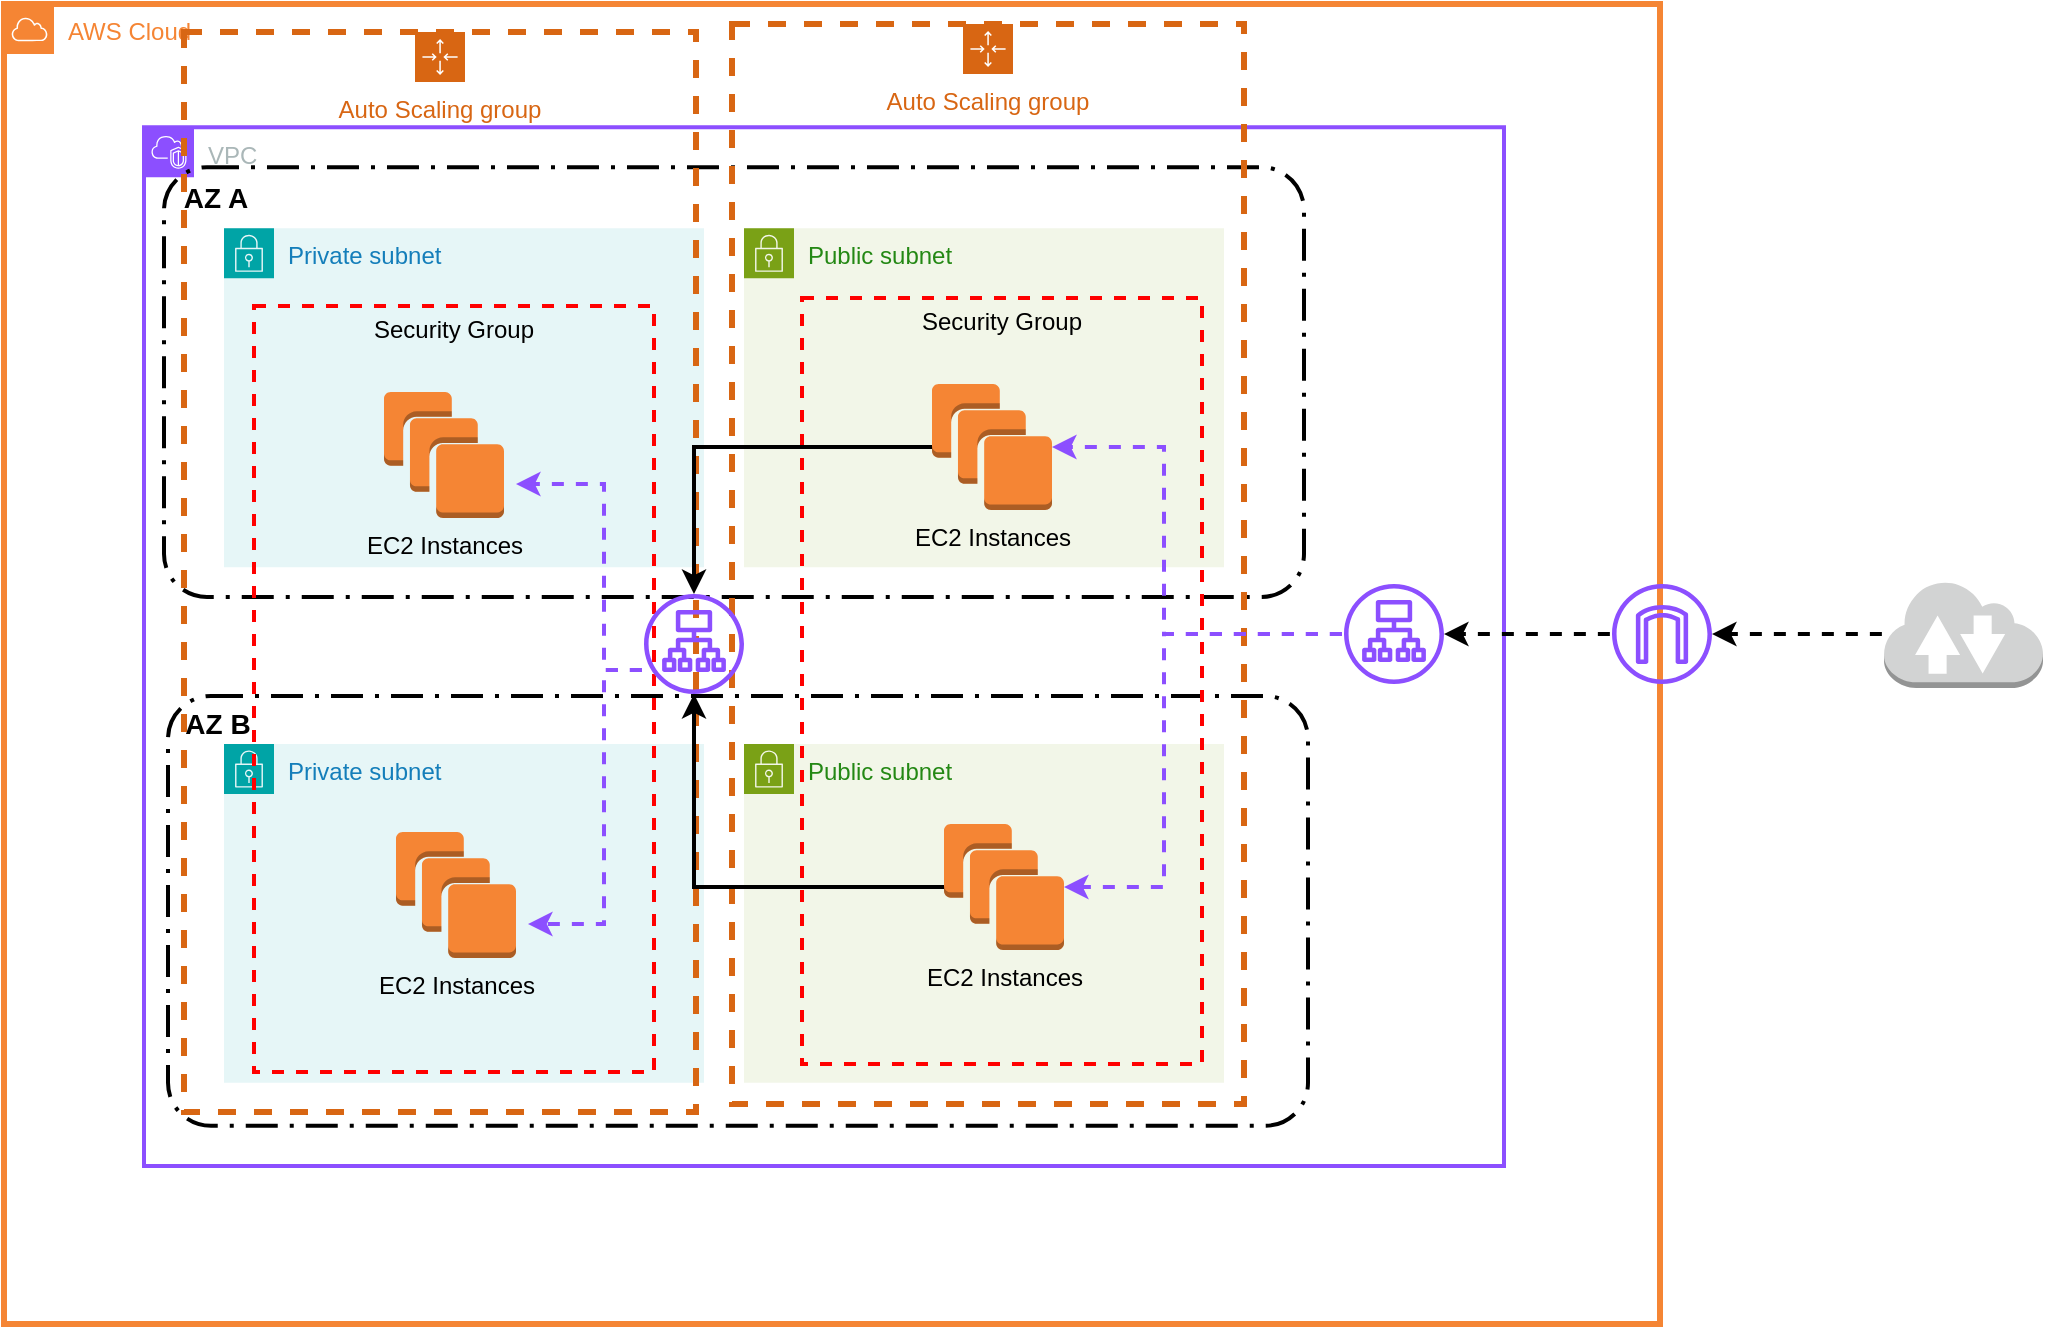
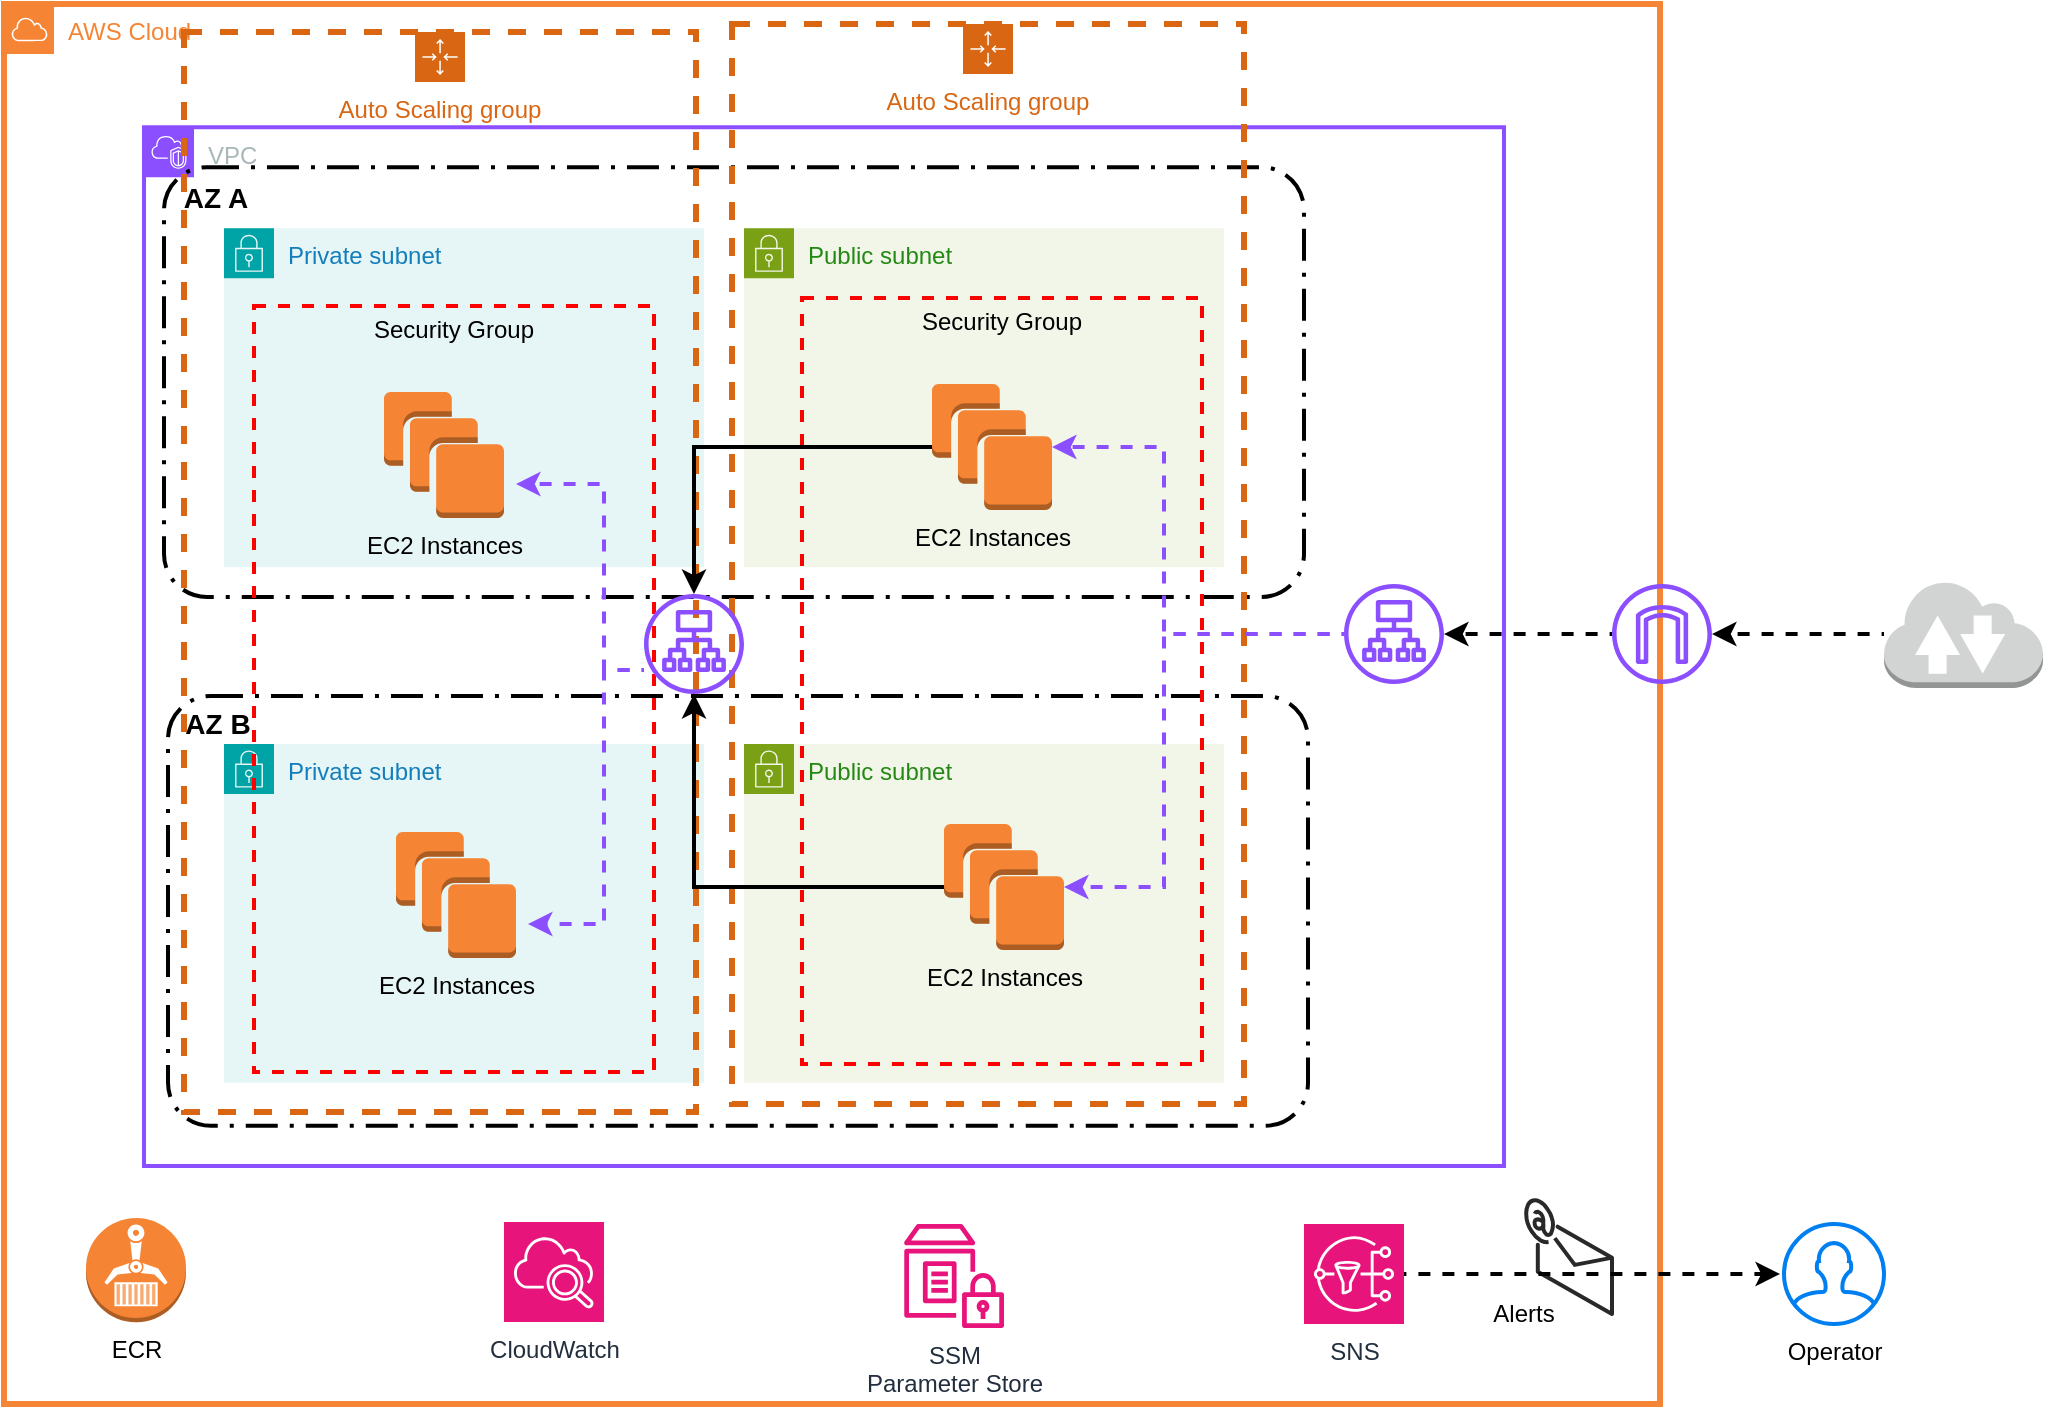
<mxfile host="Electron" pages="2">
  <diagram name="base.infra" id="Wlg3GRKtD0a5Hm-VBESS">
-     <mxGraphModel dx="1437" dy="1070" grid="1" gridSize="10" guides="1" tooltips="1" connect="1" arrows="1" fold="1" page="1" pageScale="1" pageWidth="827" pageHeight="1169" math="0" shadow="0">
+     <mxGraphModel dx="1006" dy="749" grid="1" gridSize="10" guides="1" tooltips="1" connect="1" arrows="1" fold="1" page="1" pageScale="1" pageWidth="827" pageHeight="1169" math="0" shadow="0">
      <root>
        <mxCell id="0" />
        <mxCell id="1" parent="0" />
        <mxCell id="nsOT9R_EV_EPsh7IC3CZ-16" parent="1" style="points=[[0,0],[0.25,0],[0.5,0],[0.75,0],[1,0],[1,0.25],[1,0.5],[1,0.75],[1,1],[0.75,1],[0.5,1],[0.25,1],[0,1],[0,0.75],[0,0.5],[0,0.25]];outlineConnect=0;gradientColor=none;html=1;whiteSpace=wrap;fontSize=12;fontStyle=0;container=1;pointerEvents=0;collapsible=0;recursiveResize=0;shape=mxgraph.aws4.group;grIcon=mxgraph.aws4.group_security_group;grStroke=0;strokeColor=#7AA116;fillColor=#F2F6E8;verticalAlign=top;align=left;spacingLeft=30;fontColor=#248814;dashed=0;dropTarget=1;" value="Public subnet" vertex="1">
          <mxGeometry height="169.43" width="240" x="420" y="550" as="geometry" />
        </mxCell>
        <mxCell id="nsOT9R_EV_EPsh7IC3CZ-23" parent="1" style="rounded=1;arcSize=10;dashed=1;fillColor=none;gradientColor=none;dashPattern=8 3 1 3;strokeWidth=2;" value="" vertex="1">
          <mxGeometry height="214.93" width="570" x="132" y="526" as="geometry" />
        </mxCell>
        <mxCell id="nsOT9R_EV_EPsh7IC3CZ-1" parent="1" style="sketch=0;outlineConnect=0;gradientColor=none;html=1;whiteSpace=wrap;fontSize=12;fontStyle=0;shape=mxgraph.aws4.group;grIcon=mxgraph.aws4.group_aws_cloud;strokeColor=#F58534;fillColor=none;verticalAlign=top;align=left;spacingLeft=30;fontColor=#F58534;dashed=0;strokeWidth=3;container=1;dropTarget=1;collapsible=0;recursiveResize=0;" value="AWS Cloud" vertex="1">
-           <mxGeometry height="660" width="828" x="50" y="180" as="geometry" />
+           <mxGeometry height="700" width="828" x="50" y="180" as="geometry" />
        </mxCell>
        <mxCell id="nsOT9R_EV_EPsh7IC3CZ-3" parent="nsOT9R_EV_EPsh7IC3CZ-1" style="points=[[0,0],[0.25,0],[0.5,0],[0.75,0],[1,0],[1,0.25],[1,0.5],[1,0.75],[1,1],[0.75,1],[0.5,1],[0.25,1],[0,1],[0,0.75],[0,0.5],[0,0.25]];outlineConnect=0;gradientColor=none;html=1;whiteSpace=wrap;fontSize=12;fontStyle=0;container=1;pointerEvents=0;collapsible=0;recursiveResize=0;shape=mxgraph.aws4.group;grIcon=mxgraph.aws4.group_vpc2;strokeColor=#8C4FFF;fillColor=none;verticalAlign=top;align=left;spacingLeft=30;fontColor=#AAB7B8;dashed=0;strokeWidth=2;dropTarget=1;expand=0;" value="VPC" vertex="1">
          <mxGeometry height="519.43" width="680" x="70" y="61.57" as="geometry" />
        </mxCell>
        <mxCell id="nsOT9R_EV_EPsh7IC3CZ-4" parent="nsOT9R_EV_EPsh7IC3CZ-3" style="points=[[0,0],[0.25,0],[0.5,0],[0.75,0],[1,0],[1,0.25],[1,0.5],[1,0.75],[1,1],[0.75,1],[0.5,1],[0.25,1],[0,1],[0,0.75],[0,0.5],[0,0.25]];outlineConnect=0;gradientColor=none;html=1;whiteSpace=wrap;fontSize=12;fontStyle=0;container=1;pointerEvents=0;collapsible=0;recursiveResize=0;shape=mxgraph.aws4.group;grIcon=mxgraph.aws4.group_security_group;grStroke=0;strokeColor=#00A4A6;fillColor=#E6F6F7;verticalAlign=top;align=left;spacingLeft=30;fontColor=#147EBA;dashed=0;dropTarget=1;" value="Private subnet" vertex="1">
          <mxGeometry height="169.43" width="240" x="40" y="50.57" as="geometry" />
        </mxCell>
        <mxCell id="nsOT9R_EV_EPsh7IC3CZ-5" parent="nsOT9R_EV_EPsh7IC3CZ-3" style="points=[[0,0],[0.25,0],[0.5,0],[0.75,0],[1,0],[1,0.25],[1,0.5],[1,0.75],[1,1],[0.75,1],[0.5,1],[0.25,1],[0,1],[0,0.75],[0,0.5],[0,0.25]];outlineConnect=0;gradientColor=none;html=1;whiteSpace=wrap;fontSize=12;fontStyle=0;container=1;pointerEvents=0;collapsible=0;recursiveResize=0;shape=mxgraph.aws4.group;grIcon=mxgraph.aws4.group_security_group;grStroke=0;strokeColor=#7AA116;fillColor=#F2F6E8;verticalAlign=top;align=left;spacingLeft=30;fontColor=#248814;dashed=0;dropTarget=1;" value="Public subnet" vertex="1">
          <mxGeometry height="169.43" width="240" x="300" y="50.57" as="geometry" />
        </mxCell>
        <mxCell id="nsOT9R_EV_EPsh7IC3CZ-18" parent="nsOT9R_EV_EPsh7IC3CZ-3" style="points=[[0,0],[0.25,0],[0.5,0],[0.75,0],[1,0],[1,0.25],[1,0.5],[1,0.75],[1,1],[0.75,1],[0.5,1],[0.25,1],[0,1],[0,0.75],[0,0.5],[0,0.25]];outlineConnect=0;gradientColor=none;html=1;whiteSpace=wrap;fontSize=12;fontStyle=0;container=1;pointerEvents=0;collapsible=0;recursiveResize=0;shape=mxgraph.aws4.group;grIcon=mxgraph.aws4.group_security_group;grStroke=0;strokeColor=#00A4A6;fillColor=#E6F6F7;verticalAlign=top;align=left;spacingLeft=30;fontColor=#147EBA;dashed=0;dropTarget=1;" value="Private subnet" vertex="1">
          <mxGeometry height="169.43" width="240" x="40" y="308.42857142857144" as="geometry" />
        </mxCell>
        <mxCell id="nsOT9R_EV_EPsh7IC3CZ-20" parent="nsOT9R_EV_EPsh7IC3CZ-3" style="rounded=1;arcSize=10;dashed=1;fillColor=none;gradientColor=none;dashPattern=8 3 1 3;strokeWidth=2;" value="" vertex="1">
          <mxGeometry height="214.93" width="570" x="10" y="20" as="geometry" />
        </mxCell>
        <mxCell id="nsOT9R_EV_EPsh7IC3CZ-21" parent="nsOT9R_EV_EPsh7IC3CZ-3" style="text;html=1;whiteSpace=wrap;strokeColor=none;fillColor=none;align=center;verticalAlign=middle;rounded=0;fontStyle=1;fontSize=14;" value="AZ A" vertex="1">
          <mxGeometry height="30" width="60" x="6" y="20" as="geometry" />
        </mxCell>
        <mxCell id="nsOT9R_EV_EPsh7IC3CZ-22" parent="nsOT9R_EV_EPsh7IC3CZ-1" style="text;html=1;whiteSpace=wrap;strokeColor=none;fillColor=none;align=center;verticalAlign=middle;rounded=0;fontStyle=1;fontSize=14;" value="AZ B" vertex="1">
          <mxGeometry height="30" width="60" x="77" y="345" as="geometry" />
        </mxCell>
        <mxCell id="nsOT9R_EV_EPsh7IC3CZ-24" parent="nsOT9R_EV_EPsh7IC3CZ-1" style="points=[[0,0],[0.25,0],[0.5,0],[0.75,0],[1,0],[1,0.25],[1,0.5],[1,0.75],[1,1],[0.75,1],[0.5,1],[0.25,1],[0,1],[0,0.75],[0,0.5],[0,0.25]];outlineConnect=0;gradientColor=none;html=1;whiteSpace=wrap;fontSize=12;fontStyle=0;container=1;pointerEvents=0;collapsible=0;recursiveResize=0;shape=mxgraph.aws4.groupCenter;grIcon=mxgraph.aws4.group_auto_scaling_group;grStroke=1;strokeColor=#D86613;fillColor=none;verticalAlign=top;align=center;fontColor=#D86613;dashed=1;spacingTop=25;strokeWidth=3;" value="Auto Scaling group" vertex="1">
          <mxGeometry height="540" width="256" x="364" y="10" as="geometry" />
        </mxCell>
        <mxCell id="nsOT9R_EV_EPsh7IC3CZ-25" parent="nsOT9R_EV_EPsh7IC3CZ-24" style="fontStyle=0;verticalAlign=top;align=center;spacingTop=-2;fillColor=none;rounded=0;whiteSpace=wrap;html=1;strokeColor=#FF0000;strokeWidth=2;dashed=1;container=1;collapsible=0;expand=0;recursiveResize=0;" value="Security Group" vertex="1">
          <mxGeometry height="383" width="200" x="35" y="137" as="geometry" />
        </mxCell>
        <mxCell id="nsOT9R_EV_EPsh7IC3CZ-26" parent="nsOT9R_EV_EPsh7IC3CZ-25" style="outlineConnect=0;dashed=0;verticalLabelPosition=bottom;verticalAlign=top;align=center;html=1;shape=mxgraph.aws3.instances;fillColor=#F58534;gradientColor=none;" value="EC2 Instances" vertex="1">
          <mxGeometry height="63" width="60" x="65" y="43" as="geometry" />
        </mxCell>
        <mxCell id="nsOT9R_EV_EPsh7IC3CZ-27" parent="nsOT9R_EV_EPsh7IC3CZ-25" style="outlineConnect=0;dashed=0;verticalLabelPosition=bottom;verticalAlign=top;align=center;html=1;shape=mxgraph.aws3.instances;fillColor=#F58534;gradientColor=none;" value="EC2 Instances" vertex="1">
          <mxGeometry height="63" width="60" x="71" y="263" as="geometry" />
        </mxCell>
        <mxCell id="nsOT9R_EV_EPsh7IC3CZ-28" parent="nsOT9R_EV_EPsh7IC3CZ-1" style="sketch=0;outlineConnect=0;fontColor=#232F3E;gradientColor=none;fillColor=#8C4FFF;strokeColor=none;dashed=0;verticalLabelPosition=bottom;verticalAlign=top;align=center;html=1;fontSize=12;fontStyle=0;aspect=fixed;pointerEvents=1;shape=mxgraph.aws4.application_load_balancer;" value="" vertex="1">
          <mxGeometry height="50" width="50" x="670" y="290" as="geometry" />
        </mxCell>
        <mxCell id="nsOT9R_EV_EPsh7IC3CZ-29" edge="1" parent="nsOT9R_EV_EPsh7IC3CZ-1" source="nsOT9R_EV_EPsh7IC3CZ-28" style="edgeStyle=orthogonalEdgeStyle;rounded=0;orthogonalLoop=1;jettySize=auto;html=1;entryX=1;entryY=0.5;entryDx=0;entryDy=0;entryPerimeter=0;strokeWidth=2;strokeColor=#8C4FFF;dashed=1;flowAnimation=1;" target="nsOT9R_EV_EPsh7IC3CZ-26">
          <mxGeometry relative="1" as="geometry">
            <Array as="points">
              <mxPoint x="580" y="315" />
              <mxPoint x="580" y="222" />
            </Array>
          </mxGeometry>
        </mxCell>
        <mxCell id="nsOT9R_EV_EPsh7IC3CZ-30" edge="1" parent="nsOT9R_EV_EPsh7IC3CZ-1" source="nsOT9R_EV_EPsh7IC3CZ-28" style="edgeStyle=orthogonalEdgeStyle;rounded=0;orthogonalLoop=1;jettySize=auto;html=1;entryX=1;entryY=0.5;entryDx=0;entryDy=0;entryPerimeter=0;strokeWidth=2;strokeColor=#8C4FFF;dashed=1;flowAnimation=1;" target="nsOT9R_EV_EPsh7IC3CZ-27">
          <mxGeometry relative="1" as="geometry">
            <Array as="points">
              <mxPoint x="580" y="315" />
              <mxPoint x="580" y="442" />
            </Array>
          </mxGeometry>
        </mxCell>
        <mxCell id="nsOT9R_EV_EPsh7IC3CZ-33" edge="1" parent="nsOT9R_EV_EPsh7IC3CZ-1" source="nsOT9R_EV_EPsh7IC3CZ-31" style="edgeStyle=orthogonalEdgeStyle;rounded=0;orthogonalLoop=1;jettySize=auto;html=1;strokeWidth=2;dashed=1;flowAnimation=1;" target="nsOT9R_EV_EPsh7IC3CZ-28">
          <mxGeometry relative="1" as="geometry" />
        </mxCell>
        <mxCell id="nsOT9R_EV_EPsh7IC3CZ-31" parent="nsOT9R_EV_EPsh7IC3CZ-1" style="sketch=0;outlineConnect=0;fontColor=#232F3E;gradientColor=none;fillColor=#8C4FFF;strokeColor=none;dashed=0;verticalLabelPosition=bottom;verticalAlign=top;align=center;html=1;fontSize=12;fontStyle=0;aspect=fixed;pointerEvents=1;shape=mxgraph.aws4.internet_gateway;" value="" vertex="1">
          <mxGeometry height="50" width="50" x="804" y="290" as="geometry" />
        </mxCell>
        <mxCell id="r-5KPK1cjB6c5gKl7f75-2" parent="nsOT9R_EV_EPsh7IC3CZ-1" style="points=[[0,0],[0.25,0],[0.5,0],[0.75,0],[1,0],[1,0.25],[1,0.5],[1,0.75],[1,1],[0.75,1],[0.5,1],[0.25,1],[0,1],[0,0.75],[0,0.5],[0,0.25]];outlineConnect=0;gradientColor=none;html=1;whiteSpace=wrap;fontSize=12;fontStyle=0;container=1;pointerEvents=0;collapsible=0;recursiveResize=0;shape=mxgraph.aws4.groupCenter;grIcon=mxgraph.aws4.group_auto_scaling_group;grStroke=1;strokeColor=#D86613;fillColor=none;verticalAlign=top;align=center;fontColor=#D86613;dashed=1;spacingTop=25;strokeWidth=3;" value="Auto Scaling group" vertex="1">
          <mxGeometry height="540" width="256" x="90" y="14" as="geometry" />
        </mxCell>
        <mxCell id="r-5KPK1cjB6c5gKl7f75-3" parent="r-5KPK1cjB6c5gKl7f75-2" style="fontStyle=0;verticalAlign=top;align=center;spacingTop=-2;fillColor=none;rounded=0;whiteSpace=wrap;html=1;strokeColor=#FF0000;strokeWidth=2;dashed=1;container=1;collapsible=0;expand=0;recursiveResize=0;" value="Security Group" vertex="1">
          <mxGeometry height="383" width="200" x="35" y="137" as="geometry" />
        </mxCell>
        <mxCell id="r-5KPK1cjB6c5gKl7f75-4" parent="r-5KPK1cjB6c5gKl7f75-3" style="outlineConnect=0;dashed=0;verticalLabelPosition=bottom;verticalAlign=top;align=center;html=1;shape=mxgraph.aws3.instances;fillColor=#F58534;gradientColor=none;" value="EC2 Instances" vertex="1">
          <mxGeometry height="63" width="60" x="65" y="43" as="geometry" />
        </mxCell>
        <mxCell id="r-5KPK1cjB6c5gKl7f75-5" parent="r-5KPK1cjB6c5gKl7f75-3" style="outlineConnect=0;dashed=0;verticalLabelPosition=bottom;verticalAlign=top;align=center;html=1;shape=mxgraph.aws3.instances;fillColor=#F58534;gradientColor=none;" value="EC2 Instances" vertex="1">
          <mxGeometry height="63" width="60" x="71" y="263" as="geometry" />
        </mxCell>
        <mxCell id="r-5KPK1cjB6c5gKl7f75-7" edge="1" parent="r-5KPK1cjB6c5gKl7f75-3" source="r-5KPK1cjB6c5gKl7f75-6" style="edgeStyle=orthogonalEdgeStyle;rounded=0;orthogonalLoop=1;jettySize=auto;html=1;entryX=1;entryY=0.5;entryDx=0;entryDy=0;entryPerimeter=0;strokeWidth=2;strokeColor=#8C4FFF;dashed=1;flowAnimation=1;">
          <mxGeometry relative="1" as="geometry">
            <Array as="points">
              <mxPoint x="175" y="182" />
              <mxPoint x="175" y="89" />
            </Array>
            <mxPoint x="277" y="182" as="sourcePoint" />
            <mxPoint x="131" y="89" as="targetPoint" />
          </mxGeometry>
        </mxCell>
        <mxCell id="r-5KPK1cjB6c5gKl7f75-8" edge="1" parent="r-5KPK1cjB6c5gKl7f75-3" source="r-5KPK1cjB6c5gKl7f75-6" style="edgeStyle=orthogonalEdgeStyle;rounded=0;orthogonalLoop=1;jettySize=auto;html=1;entryX=1;entryY=0.5;entryDx=0;entryDy=0;entryPerimeter=0;strokeWidth=2;strokeColor=#8C4FFF;dashed=1;flowAnimation=1;">
          <mxGeometry relative="1" as="geometry">
            <Array as="points">
              <mxPoint x="175" y="182" />
              <mxPoint x="175" y="309" />
            </Array>
            <mxPoint x="277" y="182" as="sourcePoint" />
            <mxPoint x="137" y="309" as="targetPoint" />
          </mxGeometry>
        </mxCell>
        <mxCell id="r-5KPK1cjB6c5gKl7f75-6" parent="nsOT9R_EV_EPsh7IC3CZ-1" style="sketch=0;outlineConnect=0;fontColor=#232F3E;gradientColor=none;fillColor=#8C4FFF;strokeColor=none;dashed=0;verticalLabelPosition=bottom;verticalAlign=top;align=center;html=1;fontSize=12;fontStyle=0;aspect=fixed;pointerEvents=1;shape=mxgraph.aws4.application_load_balancer;" value="" vertex="1">
          <mxGeometry height="50" width="50" x="320" y="295" as="geometry" />
        </mxCell>
        <mxCell id="r-5KPK1cjB6c5gKl7f75-9" edge="1" parent="nsOT9R_EV_EPsh7IC3CZ-1" source="nsOT9R_EV_EPsh7IC3CZ-26" style="edgeStyle=orthogonalEdgeStyle;rounded=0;orthogonalLoop=1;jettySize=auto;html=1;strokeWidth=2;" target="r-5KPK1cjB6c5gKl7f75-6">
          <mxGeometry relative="1" as="geometry" />
        </mxCell>
        <mxCell id="r-5KPK1cjB6c5gKl7f75-10" edge="1" parent="nsOT9R_EV_EPsh7IC3CZ-1" source="nsOT9R_EV_EPsh7IC3CZ-27" style="edgeStyle=orthogonalEdgeStyle;rounded=0;orthogonalLoop=1;jettySize=auto;html=1;strokeWidth=2;" target="r-5KPK1cjB6c5gKl7f75-6">
          <mxGeometry relative="1" as="geometry" />
        </mxCell>
+         <mxCell id="frvfOK20ST5srTL0oEHg-1" parent="nsOT9R_EV_EPsh7IC3CZ-1" style="outlineConnect=0;dashed=0;verticalLabelPosition=bottom;verticalAlign=top;align=center;html=1;shape=mxgraph.aws3.ecr;fillColor=#F58534;gradientColor=none;aspect=fixed;" value="ECR" vertex="1">
+           <mxGeometry height="52.17" width="50" x="41" y="607" as="geometry" />
+         </mxCell>
+         <mxCell id="frvfOK20ST5srTL0oEHg-2" parent="nsOT9R_EV_EPsh7IC3CZ-1" style="sketch=0;points=[[0,0,0],[0.25,0,0],[0.5,0,0],[0.75,0,0],[1,0,0],[0,1,0],[0.25,1,0],[0.5,1,0],[0.75,1,0],[1,1,0],[0,0.25,0],[0,0.5,0],[0,0.75,0],[1,0.25,0],[1,0.5,0],[1,0.75,0]];points=[[0,0,0],[0.25,0,0],[0.5,0,0],[0.75,0,0],[1,0,0],[0,1,0],[0.25,1,0],[0.5,1,0],[0.75,1,0],[1,1,0],[0,0.25,0],[0,0.5,0],[0,0.75,0],[1,0.25,0],[1,0.5,0],[1,0.75,0]];outlineConnect=0;fontColor=#232F3E;fillColor=#E7157B;strokeColor=#ffffff;dashed=0;verticalLabelPosition=bottom;verticalAlign=top;align=center;html=1;fontSize=12;fontStyle=0;aspect=fixed;shape=mxgraph.aws4.resourceIcon;resIcon=mxgraph.aws4.cloudwatch_2;" value="CloudWatch" vertex="1">
+           <mxGeometry height="50" width="50" x="250" y="609" as="geometry" />
+         </mxCell>
+         <mxCell id="frvfOK20ST5srTL0oEHg-3" parent="nsOT9R_EV_EPsh7IC3CZ-1" style="sketch=0;outlineConnect=0;fontColor=#232F3E;gradientColor=none;fillColor=#E7157B;strokeColor=none;dashed=0;verticalLabelPosition=bottom;verticalAlign=top;align=center;html=1;fontSize=12;fontStyle=0;aspect=fixed;pointerEvents=1;shape=mxgraph.aws4.parameter_store;" value="SSM&lt;div&gt;Parameter Store&lt;/div&gt;" vertex="1">
+           <mxGeometry height="52" width="50" x="450" y="610" as="geometry" />
+         </mxCell>
+         <mxCell id="frvfOK20ST5srTL0oEHg-4" parent="nsOT9R_EV_EPsh7IC3CZ-1" style="sketch=0;points=[[0,0,0],[0.25,0,0],[0.5,0,0],[0.75,0,0],[1,0,0],[0,1,0],[0.25,1,0],[0.5,1,0],[0.75,1,0],[1,1,0],[0,0.25,0],[0,0.5,0],[0,0.75,0],[1,0.25,0],[1,0.5,0],[1,0.75,0]];outlineConnect=0;fontColor=#232F3E;fillColor=#E7157B;strokeColor=#ffffff;dashed=0;verticalLabelPosition=bottom;verticalAlign=top;align=center;html=1;fontSize=12;fontStyle=0;aspect=fixed;shape=mxgraph.aws4.resourceIcon;resIcon=mxgraph.aws4.sns;" value="SNS" vertex="1">
+           <mxGeometry height="50" width="50" x="650" y="610" as="geometry" />
+         </mxCell>
+         <mxCell id="frvfOK20ST5srTL0oEHg-7" parent="nsOT9R_EV_EPsh7IC3CZ-1" style="verticalLabelPosition=bottom;html=1;verticalAlign=top;strokeWidth=1;align=center;outlineConnect=0;dashed=0;outlineConnect=0;shape=mxgraph.aws3d.email;aspect=fixed;strokeColor=#292929;" value="" vertex="1">
+           <mxGeometry height="56.99999999999999" width="43" x="761" y="598" as="geometry" />
+         </mxCell>
+         <mxCell id="frvfOK20ST5srTL0oEHg-8" parent="nsOT9R_EV_EPsh7IC3CZ-1" style="text;html=1;whiteSpace=wrap;strokeColor=none;fillColor=none;align=center;verticalAlign=middle;rounded=0;" value="Alerts" vertex="1">
+           <mxGeometry height="30" width="60" x="730" y="640" as="geometry" />
+         </mxCell>
        <mxCell id="nsOT9R_EV_EPsh7IC3CZ-35" edge="1" parent="1" source="nsOT9R_EV_EPsh7IC3CZ-34" style="edgeStyle=orthogonalEdgeStyle;rounded=0;orthogonalLoop=1;jettySize=auto;html=1;strokeWidth=2;dashed=1;flowAnimation=1;" target="nsOT9R_EV_EPsh7IC3CZ-31">
          <mxGeometry relative="1" as="geometry" />
        </mxCell>
        <mxCell id="nsOT9R_EV_EPsh7IC3CZ-34" parent="1" style="outlineConnect=0;dashed=0;verticalLabelPosition=bottom;verticalAlign=top;align=center;html=1;shape=mxgraph.aws3.internet_2;fillColor=#D2D3D3;gradientColor=none;" value="" vertex="1">
          <mxGeometry height="54" width="79.5" x="990" y="468" as="geometry" />
+         </mxCell>
+         <mxCell id="frvfOK20ST5srTL0oEHg-5" parent="1" style="html=1;verticalLabelPosition=bottom;align=center;labelBackgroundColor=#ffffff;verticalAlign=top;strokeWidth=2;strokeColor=#0080F0;shadow=0;dashed=0;shape=mxgraph.ios7.icons.user;aspect=fixed;" value="Operator" vertex="1">
+           <mxGeometry height="50" width="50" x="940" y="790" as="geometry" />
+         </mxCell>
+         <mxCell id="frvfOK20ST5srTL0oEHg-6" edge="1" parent="1" source="frvfOK20ST5srTL0oEHg-4" style="edgeStyle=orthogonalEdgeStyle;rounded=0;orthogonalLoop=1;jettySize=auto;html=1;entryX=-0.04;entryY=0.5;entryDx=0;entryDy=0;entryPerimeter=0;strokeWidth=2;dashed=1;flowAnimation=1;" target="frvfOK20ST5srTL0oEHg-5">
+           <mxGeometry relative="1" as="geometry" />
        </mxCell>
      </root>
    </mxGraphModel>
  </diagram>
  <diagram id="eBVx31AWAEsT7nuV6IbC" name="cicd.docker">
    <mxGraphModel dx="1118" dy="832" grid="1" gridSize="10" guides="1" tooltips="1" connect="1" arrows="1" fold="1" page="1" pageScale="1" pageWidth="827" pageHeight="1169" math="0" shadow="0">
      <root>
        <mxCell id="0" />
        <mxCell id="1" parent="0" />
        <mxCell id="3spYDltQkjSnrDjDbDkx-3" parent="1" style="sketch=0;outlineConnect=0;gradientColor=none;html=1;whiteSpace=wrap;fontSize=12;fontStyle=0;shape=mxgraph.aws4.group;grIcon=mxgraph.aws4.group_aws_cloud;strokeColor=#F58534;fillColor=none;verticalAlign=top;align=left;spacingLeft=30;fontColor=#F58534;dashed=0;strokeWidth=3;container=1;dropTarget=1;collapsible=0;recursiveResize=0;" value="AWS Cloud" vertex="1">
          <mxGeometry height="260" width="650" x="610" y="1090" as="geometry" />
        </mxCell>
        <mxCell id="MLImxJn-EwaZwAPiTnrv-2" parent="3spYDltQkjSnrDjDbDkx-3" style="rounded=0;whiteSpace=wrap;html=1;fillColor=none;dropTarget=1;container=1;collapsible=0;strokeWidth=2;" value="" vertex="1">
          <mxGeometry height="170" width="240" x="391" y="44" as="geometry" />
        </mxCell>
        <mxCell id="MLImxJn-EwaZwAPiTnrv-3" parent="MLImxJn-EwaZwAPiTnrv-2" style="sketch=0;points=[[0,0,0],[0.25,0,0],[0.5,0,0],[0.75,0,0],[1,0,0],[0,1,0],[0.25,1,0],[0.5,1,0],[0.75,1,0],[1,1,0],[0,0.25,0],[0,0.5,0],[0,0.75,0],[1,0.25,0],[1,0.5,0],[1,0.75,0]];outlineConnect=0;fontColor=#232F3E;fillColor=#ED7100;strokeColor=#ffffff;dashed=0;verticalLabelPosition=bottom;verticalAlign=top;align=center;html=1;fontSize=12;fontStyle=0;aspect=fixed;shape=mxgraph.aws4.resourceIcon;resIcon=mxgraph.aws4.ecr;" value="" vertex="1">
          <mxGeometry height="50" width="50" x="1.2" as="geometry" />
        </mxCell>
        <mxCell id="MLImxJn-EwaZwAPiTnrv-4" parent="MLImxJn-EwaZwAPiTnrv-2" style="text;html=1;whiteSpace=wrap;strokeColor=none;fillColor=none;align=center;verticalAlign=middle;rounded=0;" value="Elastic Container Registry" vertex="1">
          <mxGeometry height="30" width="180" x="57.599999999999994" y="-2" as="geometry" />
        </mxCell>
        <mxCell id="MLImxJn-EwaZwAPiTnrv-5" parent="MLImxJn-EwaZwAPiTnrv-2" style="rounded=0;whiteSpace=wrap;html=1;" value="UI Repo" vertex="1">
          <mxGeometry height="49" width="80" x="10" y="80" as="geometry" />
        </mxCell>
        <mxCell id="MLImxJn-EwaZwAPiTnrv-6" parent="MLImxJn-EwaZwAPiTnrv-2" style="rounded=0;whiteSpace=wrap;html=1;" value="Backend Repo" vertex="1">
          <mxGeometry height="49" width="80" x="150" y="80" as="geometry" />
        </mxCell>
        <mxCell id="MLImxJn-EwaZwAPiTnrv-25" edge="1" parent="3spYDltQkjSnrDjDbDkx-3" source="MLImxJn-EwaZwAPiTnrv-8" style="edgeStyle=orthogonalEdgeStyle;rounded=0;orthogonalLoop=1;jettySize=auto;html=1;" target="MLImxJn-EwaZwAPiTnrv-9">
          <mxGeometry relative="1" as="geometry" />
        </mxCell>
        <mxCell id="MLImxJn-EwaZwAPiTnrv-8" parent="3spYDltQkjSnrDjDbDkx-3" style="sketch=0;outlineConnect=0;fontColor=#232F3E;gradientColor=none;fillColor=#DD344C;strokeColor=none;dashed=0;verticalLabelPosition=bottom;verticalAlign=top;align=center;html=1;fontSize=12;fontStyle=0;aspect=fixed;pointerEvents=1;shape=mxgraph.aws4.sts_alternate;" value="" vertex="1">
          <mxGeometry height="62.9" width="50" x="230" y="44" as="geometry" />
        </mxCell>
        <mxCell id="MLImxJn-EwaZwAPiTnrv-9" parent="3spYDltQkjSnrDjDbDkx-3" style="sketch=0;outlineConnect=0;fontColor=#232F3E;gradientColor=none;fillColor=#DD344C;strokeColor=none;dashed=0;verticalLabelPosition=bottom;verticalAlign=top;align=center;html=1;fontSize=12;fontStyle=0;aspect=fixed;pointerEvents=1;shape=mxgraph.aws4.role;" value="IAM Role" vertex="1">
          <mxGeometry height="44" width="78" x="216" y="180" as="geometry" />
        </mxCell>
        <mxCell id="MLImxJn-EwaZwAPiTnrv-10" parent="3spYDltQkjSnrDjDbDkx-3" style="image;aspect=fixed;perimeter=ellipsePerimeter;html=1;align=center;shadow=0;dashed=0;fontColor=#4277BB;labelBackgroundColor=default;fontSize=12;spacingTop=3;image=img/lib/ibm/security/identity_provider.svg;" value="GitHub OIDC&lt;div&gt;Provider&lt;/div&gt;" vertex="1">
          <mxGeometry height="60" width="60" x="80" y="44" as="geometry" />
        </mxCell>
        <mxCell id="3spYDltQkjSnrDjDbDkx-20" parent="1" style="rounded=0;whiteSpace=wrap;html=1;fillColor=none;strokeWidth=3;container=1;dropTarget=1;collapsible=0;recursiveResize=1;" value="" vertex="1">
          <mxGeometry height="400" width="1020" x="240" y="620" as="geometry" />
        </mxCell>
        <mxCell id="3spYDltQkjSnrDjDbDkx-21" parent="3spYDltQkjSnrDjDbDkx-20" style="dashed=0;outlineConnect=0;html=1;align=center;labelPosition=center;verticalLabelPosition=bottom;verticalAlign=top;shape=mxgraph.weblogos.github;aspect=fixed;" value="" vertex="1">
          <mxGeometry height="70.83333333333334" width="70.83333333333334" as="geometry" />
        </mxCell>
        <mxCell id="MLImxJn-EwaZwAPiTnrv-1" parent="3spYDltQkjSnrDjDbDkx-20" style="rounded=0;whiteSpace=wrap;html=1;container=1;dropTarget=1;collapsible=0;fillColor=none;dashed=1;strokeWidth=2;" value="" vertex="1">
          <mxGeometry height="340" width="530" x="460" y="30" as="geometry" />
        </mxCell>
        <mxCell id="MLImxJn-EwaZwAPiTnrv-14" parent="MLImxJn-EwaZwAPiTnrv-1" style="text;html=1;whiteSpace=wrap;strokeColor=none;fillColor=none;align=center;verticalAlign=middle;rounded=0;fontSize=14;fontStyle=1" value="GitHub Workflow" vertex="1">
          <mxGeometry height="56.66666666666666" width="206.11111111111114" x="161.94444444444443" as="geometry" />
        </mxCell>
        <mxCell id="MLImxJn-EwaZwAPiTnrv-27" edge="1" parent="MLImxJn-EwaZwAPiTnrv-1" source="MLImxJn-EwaZwAPiTnrv-19" style="edgeStyle=orthogonalEdgeStyle;rounded=0;orthogonalLoop=1;jettySize=auto;html=1;curved=1;" target="MLImxJn-EwaZwAPiTnrv-20">
          <mxGeometry relative="1" as="geometry" />
        </mxCell>
        <mxCell id="MLImxJn-EwaZwAPiTnrv-19" parent="MLImxJn-EwaZwAPiTnrv-1" style="rounded=0;whiteSpace=wrap;html=1;" value="Docker Build &amp;amp; Push&lt;div&gt;Action&lt;/div&gt;" vertex="1">
          <mxGeometry height="54.77777777777777" width="155.1219512195122" x="11.28127140633114" y="110.00111111111107" as="geometry" />
        </mxCell>
        <mxCell id="MLImxJn-EwaZwAPiTnrv-32" edge="1" parent="MLImxJn-EwaZwAPiTnrv-1" source="MLImxJn-EwaZwAPiTnrv-20" style="edgeStyle=orthogonalEdgeStyle;rounded=0;orthogonalLoop=1;jettySize=auto;html=1;entryX=0;entryY=0.5;entryDx=0;entryDy=0;" target="MLImxJn-EwaZwAPiTnrv-22">
          <mxGeometry relative="1" as="geometry" />
        </mxCell>
        <mxCell id="MLImxJn-EwaZwAPiTnrv-20" parent="MLImxJn-EwaZwAPiTnrv-1" style="rounded=0;whiteSpace=wrap;html=1;" value="Request OIDC Token" vertex="1">
          <mxGeometry height="54.78" width="135.31914893617022" x="101.48936170212765" y="230" as="geometry" />
        </mxCell>
        <mxCell id="MLImxJn-EwaZwAPiTnrv-31" edge="1" parent="MLImxJn-EwaZwAPiTnrv-1" source="MLImxJn-EwaZwAPiTnrv-22" style="edgeStyle=orthogonalEdgeStyle;rounded=0;orthogonalLoop=1;jettySize=auto;html=1;entryX=0.5;entryY=1;entryDx=0;entryDy=0;curved=1;" target="MLImxJn-EwaZwAPiTnrv-29">
          <mxGeometry relative="1" as="geometry" />
        </mxCell>
        <mxCell id="MLImxJn-EwaZwAPiTnrv-22" parent="MLImxJn-EwaZwAPiTnrv-1" style="rounded=0;whiteSpace=wrap;html=1;" value="Assume IAM&lt;div&gt;Role&lt;/div&gt;" vertex="1">
          <mxGeometry height="54.78" width="135.31914893617022" x="282.06382978723406" y="230" as="geometry" />
        </mxCell>
        <mxCell id="MLImxJn-EwaZwAPiTnrv-33" edge="1" parent="MLImxJn-EwaZwAPiTnrv-1" source="MLImxJn-EwaZwAPiTnrv-29" style="edgeStyle=orthogonalEdgeStyle;rounded=0;orthogonalLoop=1;jettySize=auto;html=1;entryX=0;entryY=0.5;entryDx=0;entryDy=0;" target="MLImxJn-EwaZwAPiTnrv-30">
          <mxGeometry relative="1" as="geometry" />
        </mxCell>
        <mxCell id="MLImxJn-EwaZwAPiTnrv-29" parent="MLImxJn-EwaZwAPiTnrv-1" style="rounded=0;whiteSpace=wrap;html=1;" value="Docker&amp;nbsp;&lt;div&gt;Build&lt;/div&gt;" vertex="1">
          <mxGeometry height="44.78" width="89.96468085106383" x="270.00382978723405" y="110" as="geometry" />
        </mxCell>
        <mxCell id="MLImxJn-EwaZwAPiTnrv-30" parent="MLImxJn-EwaZwAPiTnrv-1" style="rounded=0;whiteSpace=wrap;html=1;" value="Push&lt;div&gt;To&lt;/div&gt;&lt;div&gt;ECR&lt;/div&gt;" vertex="1">
          <mxGeometry height="44.78" width="89.96468085106383" x="430.0040425531915" y="110.00000000000003" as="geometry" />
        </mxCell>
        <mxCell id="MLImxJn-EwaZwAPiTnrv-13" edge="1" parent="3spYDltQkjSnrDjDbDkx-20" source="MLImxJn-EwaZwAPiTnrv-11" style="edgeStyle=orthogonalEdgeStyle;rounded=0;orthogonalLoop=1;jettySize=auto;html=1;entryX=0;entryY=0.5;entryDx=0;entryDy=0;" target="MLImxJn-EwaZwAPiTnrv-12">
          <mxGeometry relative="1" as="geometry" />
        </mxCell>
        <mxCell id="MLImxJn-EwaZwAPiTnrv-11" parent="3spYDltQkjSnrDjDbDkx-20" style="html=1;shape=mxgraph.infographic.ribbonSimple;notch1=20;notch2=0;align=center;verticalAlign=middle;fontSize=14;fontStyle=0;fillColor=#FFFFFF;flipH=0;spacingRight=0;spacingLeft=14;whiteSpace=wrap;" value="Event: Merged PR" vertex="1">
          <mxGeometry height="40" width="150" x="10" y="160" as="geometry" />
        </mxCell>
        <mxCell id="MLImxJn-EwaZwAPiTnrv-17" edge="1" parent="3spYDltQkjSnrDjDbDkx-20" source="MLImxJn-EwaZwAPiTnrv-12" style="edgeStyle=orthogonalEdgeStyle;rounded=0;orthogonalLoop=1;jettySize=auto;html=1;entryX=0;entryY=0.5;entryDx=0;entryDy=0;" target="MLImxJn-EwaZwAPiTnrv-15">
          <mxGeometry relative="1" as="geometry">
            <Array as="points">
              <mxPoint x="250" y="75" />
            </Array>
          </mxGeometry>
        </mxCell>
        <mxCell id="MLImxJn-EwaZwAPiTnrv-18" edge="1" parent="3spYDltQkjSnrDjDbDkx-20" source="MLImxJn-EwaZwAPiTnrv-12" style="edgeStyle=orthogonalEdgeStyle;rounded=0;orthogonalLoop=1;jettySize=auto;html=1;entryX=0;entryY=0.5;entryDx=0;entryDy=0;" target="MLImxJn-EwaZwAPiTnrv-16">
          <mxGeometry relative="1" as="geometry">
            <Array as="points">
              <mxPoint x="250" y="284" />
            </Array>
          </mxGeometry>
        </mxCell>
        <mxCell id="MLImxJn-EwaZwAPiTnrv-12" parent="3spYDltQkjSnrDjDbDkx-20" style="rhombus;whiteSpace=wrap;html=1;" value="UI&lt;div&gt;or&lt;br&gt;Backend&lt;/div&gt;" vertex="1">
          <mxGeometry height="90" width="100" x="200" y="135" as="geometry" />
        </mxCell>
        <mxCell id="MLImxJn-EwaZwAPiTnrv-35" edge="1" parent="3spYDltQkjSnrDjDbDkx-20" source="MLImxJn-EwaZwAPiTnrv-15" style="edgeStyle=orthogonalEdgeStyle;rounded=0;orthogonalLoop=1;jettySize=auto;html=1;entryX=0.25;entryY=0;entryDx=0;entryDy=0;" target="MLImxJn-EwaZwAPiTnrv-19">
          <mxGeometry relative="1" as="geometry" />
        </mxCell>
        <mxCell id="MLImxJn-EwaZwAPiTnrv-15" parent="3spYDltQkjSnrDjDbDkx-20" style="rounded=0;whiteSpace=wrap;html=1;" value="Checkout UI&lt;div&gt;Code&lt;/div&gt;" vertex="1">
          <mxGeometry height="29" width="120" x="320" y="60" as="geometry" />
        </mxCell>
        <mxCell id="MLImxJn-EwaZwAPiTnrv-36" edge="1" parent="3spYDltQkjSnrDjDbDkx-20" source="MLImxJn-EwaZwAPiTnrv-16" style="edgeStyle=orthogonalEdgeStyle;rounded=0;orthogonalLoop=1;jettySize=auto;html=1;entryX=0.25;entryY=1;entryDx=0;entryDy=0;" target="MLImxJn-EwaZwAPiTnrv-19">
          <mxGeometry relative="1" as="geometry" />
        </mxCell>
        <mxCell id="MLImxJn-EwaZwAPiTnrv-16" parent="3spYDltQkjSnrDjDbDkx-20" style="rounded=0;whiteSpace=wrap;html=1;" value="Checkout Backend&lt;div&gt;Code&lt;/div&gt;" vertex="1">
          <mxGeometry height="29" width="120" x="320" y="270" as="geometry" />
        </mxCell>
        <mxCell id="MLImxJn-EwaZwAPiTnrv-21" edge="1" parent="1" source="MLImxJn-EwaZwAPiTnrv-20" style="edgeStyle=orthogonalEdgeStyle;rounded=0;orthogonalLoop=1;jettySize=auto;html=1;entryX=0.5;entryY=0;entryDx=0;entryDy=0;curved=1;" target="MLImxJn-EwaZwAPiTnrv-10">
          <mxGeometry relative="1" as="geometry" />
        </mxCell>
        <mxCell id="MLImxJn-EwaZwAPiTnrv-23" edge="1" parent="1" source="MLImxJn-EwaZwAPiTnrv-22" style="edgeStyle=orthogonalEdgeStyle;rounded=0;orthogonalLoop=1;jettySize=auto;html=1;curved=1;" target="MLImxJn-EwaZwAPiTnrv-8">
          <mxGeometry relative="1" as="geometry">
            <Array as="points">
              <mxPoint x="1000" y="1165" />
            </Array>
          </mxGeometry>
        </mxCell>
        <mxCell id="MLImxJn-EwaZwAPiTnrv-34" edge="1" parent="1" source="MLImxJn-EwaZwAPiTnrv-30" style="rounded=0;orthogonalLoop=1;jettySize=auto;html=1;entryX=0.426;entryY=-0.004;entryDx=0;entryDy=0;entryPerimeter=0;" target="MLImxJn-EwaZwAPiTnrv-4">
          <mxGeometry relative="1" as="geometry" />
        </mxCell>
      </root>
    </mxGraphModel>
  </diagram>
</mxfile>
